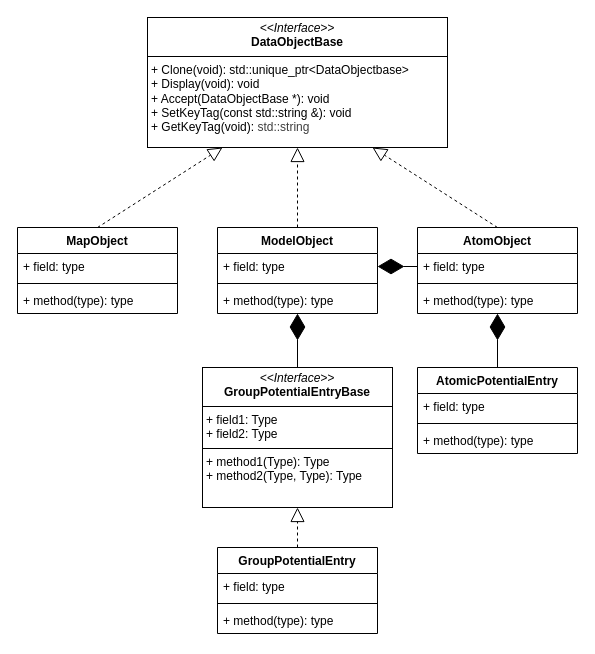
Above: docs/uml/test.drawio in yslianTim/rhbm_gem (draw.io), before the change. Source tidied: cells renumbered, new cells numbered last; positions are measured from the earlier drawing's top-left corner, leaving out a move shared by most shapes. Both pictures are drawn from the tidied source at 100%, with x=0, y=0 at pixel (17, 17).
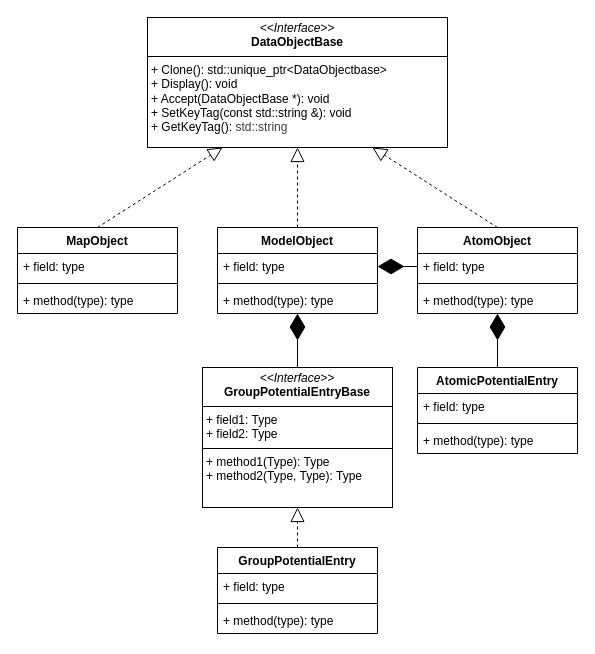
The same diagram, later.

What changed in the source:
```diff
@@
-    <mxCell id="6" value="&lt;p style=&quot;margin:0px;margin-top:4px;text-align:center;&quot;&gt;&lt;i&gt;&amp;lt;&amp;lt;Interface&amp;gt;&amp;gt;&lt;/i&gt;&lt;br&gt;&lt;b&gt;DataObjectBase&lt;/b&gt;&lt;/p&gt;&lt;hr size=&quot;1&quot; style=&quot;border-style:solid;&quot;&gt;&lt;p style=&quot;margin:0px;margin-left:4px;&quot;&gt;+ Clone(void): std::unique_ptr&amp;lt;DataObjectbase&amp;gt;&lt;br&gt;+ Display(void): void&lt;/p&gt;&lt;p style=&quot;margin:0px;margin-left:4px;&quot;&gt;+ Accept(DataObjectBase *): void&lt;/p&gt;&lt;p style=&quot;margin:0px;margin-left:4px;&quot;&gt;+ SetKeyTag(const std::string &amp;amp;): void&lt;/p&gt;&lt;p style=&quot;margin:0px;margin-left:4px;&quot;&gt;+ GetKeyTag(void):&amp;nbsp;&lt;span style=&quot;color: rgb(63, 63, 63); background-color: transparent;&quot;&gt;std::string&lt;/span&gt;&lt;/p&gt;" style="verticalAlign=top;align=left;overflow=fill;html=1;whiteSpace=wrap;rounded=0;glass=0;shadow=0;perimeterSpacing=0;strokeWidth=1;" parent="1" vertex="1">
+    <mxCell id="6" value="&lt;p style=&quot;margin:0px;margin-top:4px;text-align:center;&quot;&gt;&lt;i&gt;&amp;lt;&amp;lt;Interface&amp;gt;&amp;gt;&lt;/i&gt;&lt;br&gt;&lt;b&gt;DataObjectBase&lt;/b&gt;&lt;/p&gt;&lt;hr size=&quot;1&quot; style=&quot;border-style:solid;&quot;&gt;&lt;p style=&quot;margin:0px;margin-left:4px;&quot;&gt;+ Clone(): std::unique_ptr&amp;lt;DataObjectbase&amp;gt;&lt;br&gt;+ Display(): void&lt;/p&gt;&lt;p style=&quot;margin:0px;margin-left:4px;&quot;&gt;+ Accept(DataObjectBase *): void&lt;/p&gt;&lt;p style=&quot;margin:0px;margin-left:4px;&quot;&gt;+ SetKeyTag(const std::string &amp;amp;): void&lt;/p&gt;&lt;p style=&quot;margin:0px;margin-left:4px;&quot;&gt;+ GetKeyTag():&amp;nbsp;&lt;span style=&quot;color: rgb(63, 63, 63); background-color: transparent;&quot;&gt;std::string&lt;/span&gt;&lt;/p&gt;" style="verticalAlign=top;align=left;overflow=fill;html=1;whiteSpace=wrap;rounded=0;glass=0;shadow=0;perimeterSpacing=0;strokeWidth=1;" parent="1" vertex="1">
       <mxGeometry x="130" width="300" height="130" as="geometry" />
     </mxCell>
```
